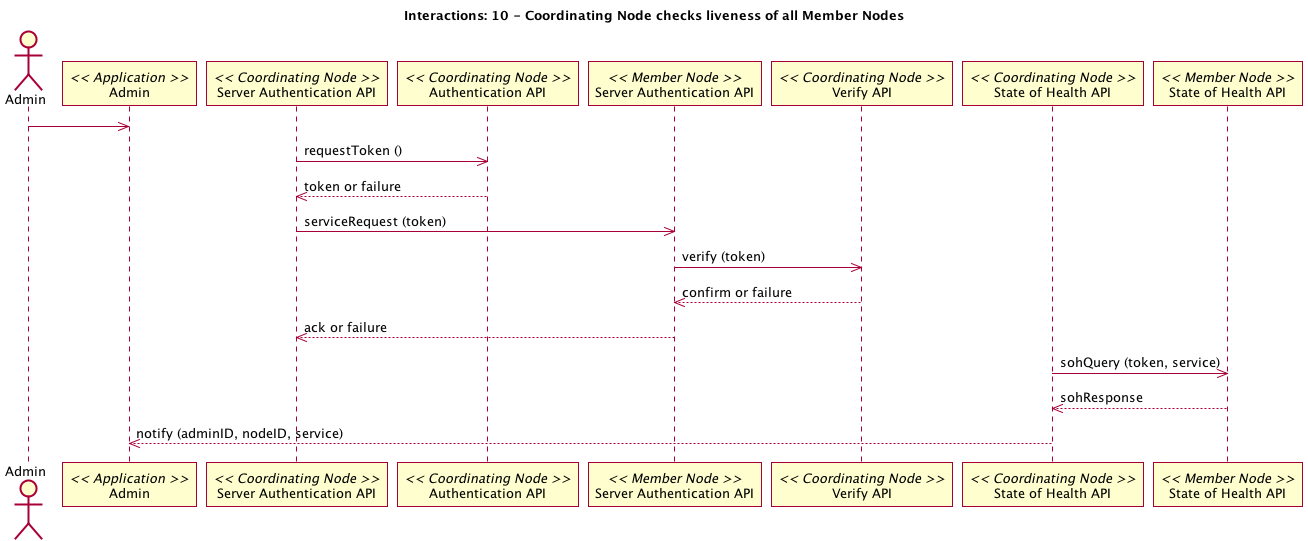
Earlier version of the PlantUML export source/UseCases/images/10_interaction.png (datadavev/DataONE_architecture). Source of this version:
```plantuml
@startuml 10_interaction.png
title Interactions: 10 - Coordinating Node checks liveness of all Member Nodes
actor Admin
participant "Admin" as app_admin << Application >>
Admin -> app_admin
participant "Server Authentication API" as c_srv_auth << Coordinating Node >>
participant "Authentication API" as c_authenticate << Coordinating Node >>
c_srv_auth -> c_authenticate: requestToken ()
c_srv_auth <-- c_authenticate: token or failure
participant "Server Authentication API" as m_authenticate << Member Node >>
c_srv_auth -> m_authenticate: serviceRequest (token)
participant "Verify API" as c_ver << Coordinating Node >>
m_authenticate -> c_ver: verify (token)
m_authenticate <-- c_ver: confirm or failure
c_srv_auth <-- m_authenticate: ack or failure
participant "State of Health API" as c_health << Coordinating Node >>
participant "State of Health API" as m_health << Member Node >>
c_health -> m_health: sohQuery (token, service)
c_health <-- m_health: sohResponse
app_admin <-- c_health: notify (adminID, nodeID, service)
@enduml
```
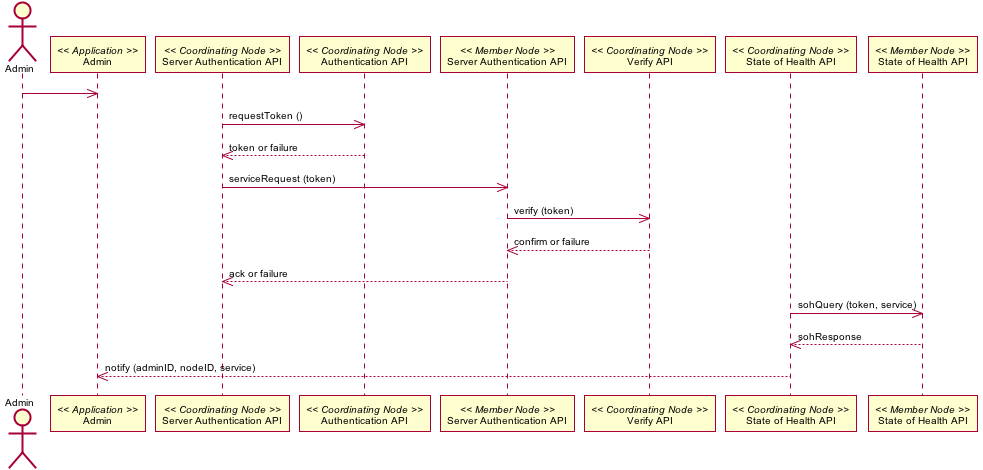
Above is the later version.

Diff of the diagram source:
```diff
@@ -1,5 +1,61 @@
-@startuml 10_interaction.png
-title Interactions: 10 - Coordinating Node checks liveness of all Member Nodes
+@startuml images/10_interaction.png
+skinparam activityFontColor black
+skinparam activityFontSize 10
+skinparam activityFontName arial
+skinparam activityArrowFontColor black
+skinparam activityArrowFontSize 10
+skinparam activityArrowFontName arial
+skinparam classArrowFontColor black
+skinparam classArrowFontSize 10
+skinparam classArrowFontName arial
+skinparam classAttributeFontColor black
+skinparam classAttributeFontSize 10
+skinparam classAttributeFontName arial
+skinparam classFontColor black
+skinparam classFontSize 10
+skinparam classFontName arial
+skinparam componentFontColor black
+skinparam componentFontSize 10
+skinparam componentFontName arial
+skinparam componentArrowFontColor black
+skinparam componentArrowFontSize 10
+skinparam componentArrowFontName arial
+skinparam noteFontColor black
+skinparam noteFontSize 10
+skinparam noteFontName arial
+skinparam packageFontColor black
+skinparam packageFontSize 10
+skinparam packageFontName arial
+skinparam sequenceActorFontColor black
+skinparam sequenceActorFontSize 10
+skinparam sequenceActorFontName arial
+skinparam sequenceArrowFontColor black
+skinparam sequenceArrowFontSize 10
+skinparam sequenceArrowFontName arial
+skinparam sequenceGroupingFontColor black
+skinparam sequenceGroupingFontSize 10
+skinparam sequenceGroupingFontName arial
+skinparam sequenceGroupingHeaderFontColor black
+skinparam sequenceGroupingHeaderFontSize 10
+skinparam sequenceGroupingHeaderFontName arial
+skinparam sequenceParticipantFontColor black
+skinparam sequenceParticipantFontSize 10
+skinparam sequenceParticipantFontName arial
+skinparam sequenceTitleFontColor black
+skinparam sequenceTitleFontSize 10
+skinparam sequenceTitleFontName arial
+skinparam titleFontColor black
+skinparam titleFontSize 10
+skinparam titleFontName arial
+skinparam usecaseFontColor black
+skinparam usecaseFontSize 10
+skinparam usecaseFontName arial
+skinparam usecaseActorFontColor black
+skinparam usecaseActorFontSize 10
+skinparam usecaseActorFontName arial
+skinparam usecaseArrowFontColor black
+skinparam usecaseArrowFontSize 10
+skinparam usecaseArrowFontName arial
 actor Admin
 participant "Admin" as app_admin << Application >>
 Admin -> app_admin
```
